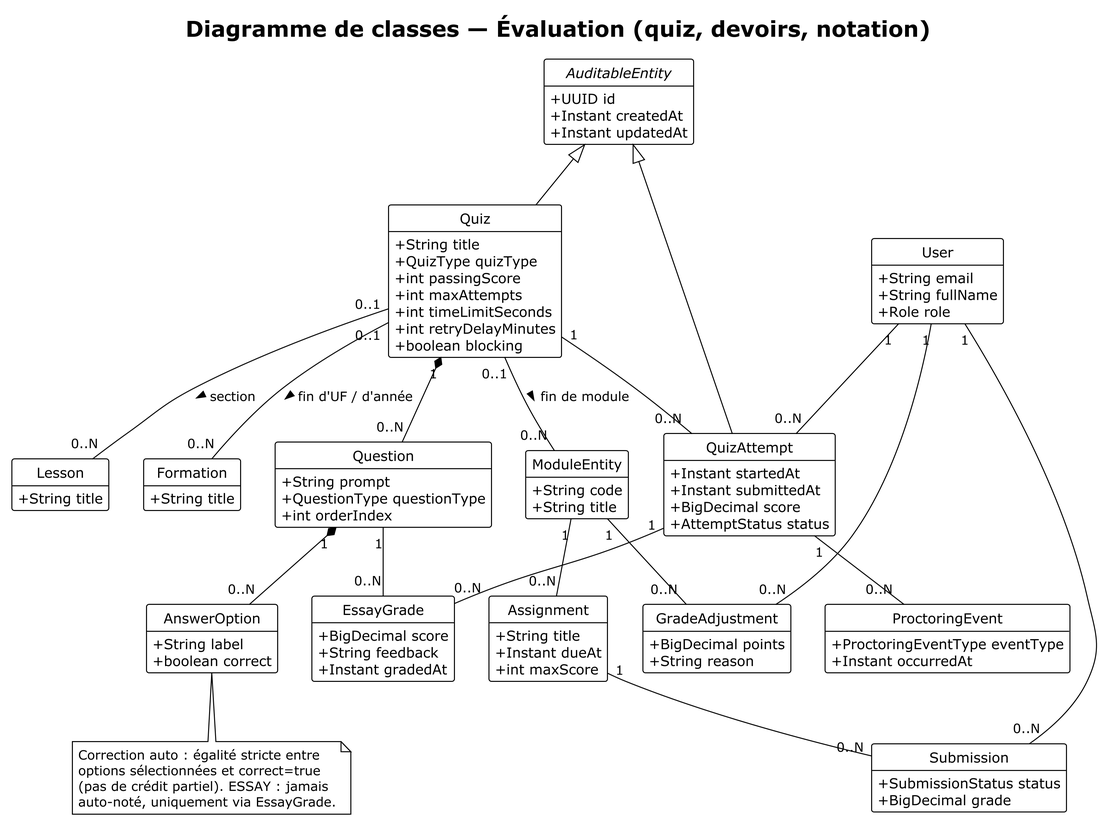
Above: diagrammes/images/diagramme_classes_evaluation.png in aminecharro01/E-learning (PlantUML), before the change.
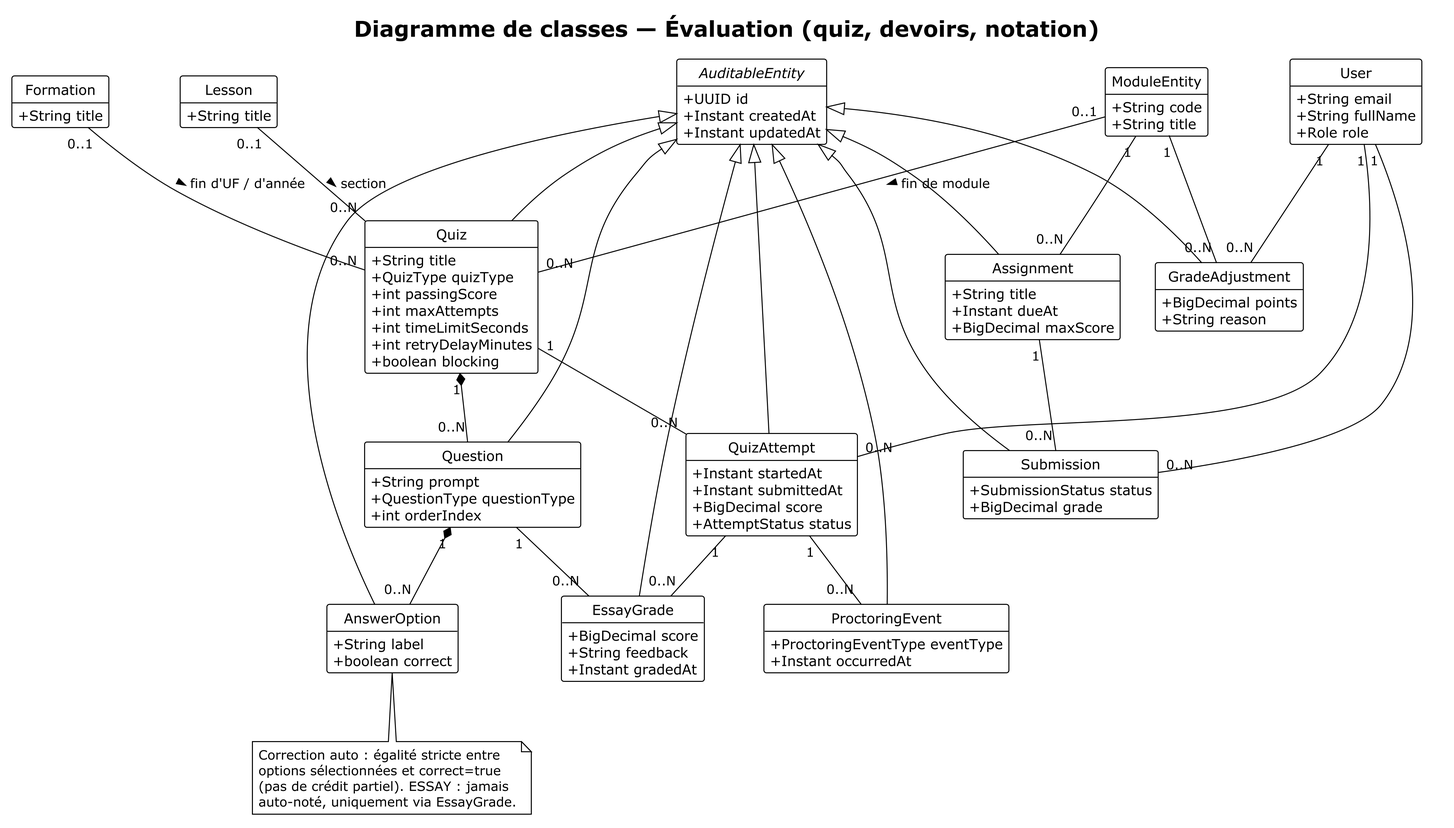
After the change.

Change to the diagram source:
```diff
@@ -74,7 +74,7 @@
 class Assignment {
   +String title
   +Instant dueAt
-  +int maxScore
+  +BigDecimal maxScore
 }
 
 class Submission {
@@ -88,11 +88,18 @@
 }
 
 AuditableEntity <|-- Quiz
+AuditableEntity <|-- Question
+AuditableEntity <|-- AnswerOption
 AuditableEntity <|-- QuizAttempt
+AuditableEntity <|-- EssayGrade
+AuditableEntity <|-- ProctoringEvent
+AuditableEntity <|-- Assignment
+AuditableEntity <|-- Submission
+AuditableEntity <|-- GradeAdjustment
 
-Quiz "0..1" -- "0..N" Lesson : section >
-Quiz "0..1" -- "0..N" ModuleEntity : fin de module >
-Quiz "0..1" -- "0..N" Formation : fin d'UF / d'année >
+Lesson "0..1" -- "0..N" Quiz : section >
+ModuleEntity "0..1" -- "0..N" Quiz : fin de module >
+Formation "0..1" -- "0..N" Quiz : fin d'UF / d'année >
 Quiz "1" *-- "0..N" Question
 Question "1" *-- "0..N" AnswerOption
 
```
